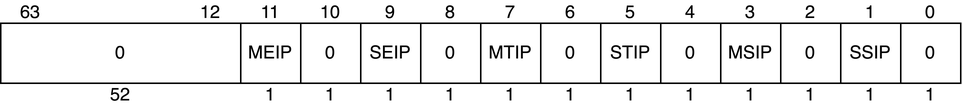
Above: basic/images/21-impl-interrupt/mip.png in nananapo/veryl-riscv-book (draw.io), before the change. Source tidied: cells renumbered, new cells last; positions are measured from the earlier drawing's top-left corner, leaving out a move shared by most shapes.
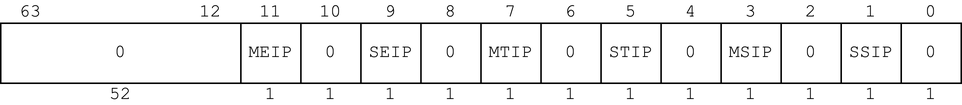
After the commit.

Change to the diagram source:
```diff
@@ -2,199 +2,199 @@
   <root>
     <mxCell id="0" />
     <mxCell id="1" parent="0" />
-    <mxCell id="2" style="rounded=0;whiteSpace=wrap;html=1;" parent="1" vertex="1">
+    <mxCell id="2" style="rounded=0;whiteSpace=wrap;html=1;fontFamily=Courier New;" parent="1" vertex="1">
       <mxGeometry y="15" width="640" height="40" as="geometry" />
     </mxCell>
-    <mxCell id="3" value="0" style="text;html=1;align=center;verticalAlign=middle;whiteSpace=wrap;rounded=0;" parent="1" vertex="1">
+    <mxCell id="3" value="0" style="text;html=1;align=center;verticalAlign=middle;whiteSpace=wrap;rounded=0;fontFamily=Courier New;" parent="1" vertex="1">
       <mxGeometry x="610" width="20" height="15" as="geometry" />
     </mxCell>
-    <mxCell id="4" value="63" style="text;html=1;align=center;verticalAlign=middle;whiteSpace=wrap;rounded=0;" parent="1" vertex="1">
+    <mxCell id="4" value="63" style="text;html=1;align=center;verticalAlign=middle;whiteSpace=wrap;rounded=0;fontFamily=Courier New;" parent="1" vertex="1">
       <mxGeometry x="10" width="20" height="15" as="geometry" />
     </mxCell>
-    <mxCell id="5" value="52" style="text;html=1;align=center;verticalAlign=middle;whiteSpace=wrap;rounded=0;" parent="1" vertex="1">
+    <mxCell id="5" value="52" style="text;html=1;align=center;verticalAlign=middle;whiteSpace=wrap;rounded=0;fontFamily=Courier New;" parent="1" vertex="1">
       <mxGeometry x="70" y="55" width="20" height="15" as="geometry" />
     </mxCell>
-    <mxCell id="6" style="endArrow=none;html=1;rounded=0;" parent="1" edge="1">
+    <mxCell id="6" style="endArrow=none;html=1;rounded=0;fontFamily=Courier New;" parent="1" edge="1">
       <mxGeometry relative="1" as="geometry">
         <mxPoint x="600" y="55" as="sourcePoint" />
         <mxPoint x="600" y="15" as="targetPoint" />
       </mxGeometry>
     </mxCell>
-    <mxCell id="7" style="endArrow=none;html=1;rounded=0;" parent="1" edge="1">
+    <mxCell id="7" style="endArrow=none;html=1;rounded=0;fontFamily=Courier New;" parent="1" edge="1">
       <mxGeometry relative="1" as="geometry">
         <mxPoint x="560" y="55" as="sourcePoint" />
         <mxPoint x="560" y="15" as="targetPoint" />
       </mxGeometry>
     </mxCell>
-    <mxCell id="8" style="endArrow=none;html=1;rounded=0;" parent="1" edge="1">
+    <mxCell id="8" style="endArrow=none;html=1;rounded=0;fontFamily=Courier New;" parent="1" edge="1">
       <mxGeometry relative="1" as="geometry">
         <mxPoint x="520" y="55" as="sourcePoint" />
         <mxPoint x="520" y="15" as="targetPoint" />
       </mxGeometry>
     </mxCell>
-    <mxCell id="9" style="endArrow=none;html=1;rounded=0;" parent="1" edge="1">
+    <mxCell id="9" style="endArrow=none;html=1;rounded=0;fontFamily=Courier New;" parent="1" edge="1">
       <mxGeometry relative="1" as="geometry">
         <mxPoint x="480" y="55" as="sourcePoint" />
         <mxPoint x="480" y="15" as="targetPoint" />
       </mxGeometry>
     </mxCell>
-    <mxCell id="10" style="endArrow=none;html=1;rounded=0;" parent="1" edge="1">
+    <mxCell id="10" style="endArrow=none;html=1;rounded=0;fontFamily=Courier New;" parent="1" edge="1">
       <mxGeometry relative="1" as="geometry">
         <mxPoint x="440" y="55" as="sourcePoint" />
         <mxPoint x="440" y="15" as="targetPoint" />
       </mxGeometry>
     </mxCell>
-    <mxCell id="11" style="endArrow=none;html=1;rounded=0;" parent="1" edge="1">
+    <mxCell id="11" style="endArrow=none;html=1;rounded=0;fontFamily=Courier New;" parent="1" edge="1">
       <mxGeometry relative="1" as="geometry">
         <mxPoint x="400" y="55" as="sourcePoint" />
         <mxPoint x="400" y="15" as="targetPoint" />
       </mxGeometry>
     </mxCell>
-    <mxCell id="12" style="endArrow=none;html=1;rounded=0;" parent="1" edge="1">
+    <mxCell id="12" style="endArrow=none;html=1;rounded=0;fontFamily=Courier New;" parent="1" edge="1">
       <mxGeometry relative="1" as="geometry">
         <mxPoint x="360" y="55" as="sourcePoint" />
         <mxPoint x="360" y="15" as="targetPoint" />
       </mxGeometry>
     </mxCell>
-    <mxCell id="13" style="endArrow=none;html=1;rounded=0;" parent="1" edge="1">
+    <mxCell id="13" style="endArrow=none;html=1;rounded=0;fontFamily=Courier New;" parent="1" edge="1">
       <mxGeometry relative="1" as="geometry">
         <mxPoint x="320" y="55" as="sourcePoint" />
         <mxPoint x="320" y="15" as="targetPoint" />
       </mxGeometry>
     </mxCell>
-    <mxCell id="14" style="endArrow=none;html=1;rounded=0;" parent="1" edge="1">
+    <mxCell id="14" style="endArrow=none;html=1;rounded=0;fontFamily=Courier New;" parent="1" edge="1">
       <mxGeometry relative="1" as="geometry">
         <mxPoint x="280" y="55" as="sourcePoint" />
         <mxPoint x="280" y="15" as="targetPoint" />
       </mxGeometry>
     </mxCell>
-    <mxCell id="15" style="endArrow=none;html=1;rounded=0;" parent="1" edge="1">
+    <mxCell id="15" style="endArrow=none;html=1;rounded=0;fontFamily=Courier New;" parent="1" edge="1">
       <mxGeometry relative="1" as="geometry">
         <mxPoint x="240" y="55" as="sourcePoint" />
         <mxPoint x="240" y="15" as="targetPoint" />
       </mxGeometry>
     </mxCell>
-    <mxCell id="16" style="endArrow=none;html=1;rounded=0;" parent="1" edge="1">
+    <mxCell id="16" style="endArrow=none;html=1;rounded=0;fontFamily=Courier New;" parent="1" edge="1">
       <mxGeometry relative="1" as="geometry">
         <mxPoint x="200" y="55" as="sourcePoint" />
         <mxPoint x="200" y="15" as="targetPoint" />
       </mxGeometry>
     </mxCell>
-    <mxCell id="17" style="endArrow=none;html=1;rounded=0;" parent="1" edge="1">
+    <mxCell id="17" style="endArrow=none;html=1;rounded=0;fontFamily=Courier New;" parent="1" edge="1">
       <mxGeometry relative="1" as="geometry">
         <mxPoint x="160" y="55" as="sourcePoint" />
         <mxPoint x="160" y="15" as="targetPoint" />
       </mxGeometry>
     </mxCell>
-    <mxCell id="18" value="1" style="text;html=1;align=center;verticalAlign=middle;whiteSpace=wrap;rounded=0;" parent="1" vertex="1">
+    <mxCell id="18" value="1" style="text;html=1;align=center;verticalAlign=middle;whiteSpace=wrap;rounded=0;fontFamily=Courier New;" parent="1" vertex="1">
       <mxGeometry x="570" width="20" height="15" as="geometry" />
     </mxCell>
-    <mxCell id="19" value="2" style="text;html=1;align=center;verticalAlign=middle;whiteSpace=wrap;rounded=0;" parent="1" vertex="1">
+    <mxCell id="19" value="2" style="text;html=1;align=center;verticalAlign=middle;whiteSpace=wrap;rounded=0;fontFamily=Courier New;" parent="1" vertex="1">
       <mxGeometry x="530" width="20" height="15" as="geometry" />
     </mxCell>
-    <mxCell id="20" value="3" style="text;html=1;align=center;verticalAlign=middle;whiteSpace=wrap;rounded=0;" parent="1" vertex="1">
+    <mxCell id="20" value="3" style="text;html=1;align=center;verticalAlign=middle;whiteSpace=wrap;rounded=0;fontFamily=Courier New;" parent="1" vertex="1">
       <mxGeometry x="490" width="20" height="15" as="geometry" />
     </mxCell>
-    <mxCell id="21" value="4" style="text;html=1;align=center;verticalAlign=middle;whiteSpace=wrap;rounded=0;" parent="1" vertex="1">
+    <mxCell id="21" value="4" style="text;html=1;align=center;verticalAlign=middle;whiteSpace=wrap;rounded=0;fontFamily=Courier New;" parent="1" vertex="1">
       <mxGeometry x="450" width="20" height="15" as="geometry" />
     </mxCell>
-    <mxCell id="22" value="5" style="text;html=1;align=center;verticalAlign=middle;whiteSpace=wrap;rounded=0;" parent="1" vertex="1">
+    <mxCell id="22" value="5" style="text;html=1;align=center;verticalAlign=middle;whiteSpace=wrap;rounded=0;fontFamily=Courier New;" parent="1" vertex="1">
       <mxGeometry x="410" width="20" height="15" as="geometry" />
     </mxCell>
-    <mxCell id="23" value="6" style="text;html=1;align=center;verticalAlign=middle;whiteSpace=wrap;rounded=0;" parent="1" vertex="1">
+    <mxCell id="23" value="6" style="text;html=1;align=center;verticalAlign=middle;whiteSpace=wrap;rounded=0;fontFamily=Courier New;" parent="1" vertex="1">
       <mxGeometry x="370" width="20" height="15" as="geometry" />
     </mxCell>
-    <mxCell id="24" value="7" style="text;html=1;align=center;verticalAlign=middle;whiteSpace=wrap;rounded=0;" parent="1" vertex="1">
+    <mxCell id="24" value="7" style="text;html=1;align=center;verticalAlign=middle;whiteSpace=wrap;rounded=0;fontFamily=Courier New;" parent="1" vertex="1">
       <mxGeometry x="330" width="20" height="15" as="geometry" />
     </mxCell>
-    <mxCell id="25" value="8" style="text;html=1;align=center;verticalAlign=middle;whiteSpace=wrap;rounded=0;" parent="1" vertex="1">
+    <mxCell id="25" value="8" style="text;html=1;align=center;verticalAlign=middle;whiteSpace=wrap;rounded=0;fontFamily=Courier New;" parent="1" vertex="1">
       <mxGeometry x="290" width="20" height="15" as="geometry" />
     </mxCell>
-    <mxCell id="26" value="9" style="text;html=1;align=center;verticalAlign=middle;whiteSpace=wrap;rounded=0;" parent="1" vertex="1">
+    <mxCell id="26" value="9" style="text;html=1;align=center;verticalAlign=middle;whiteSpace=wrap;rounded=0;fontFamily=Courier New;" parent="1" vertex="1">
       <mxGeometry x="250" width="20" height="15" as="geometry" />
     </mxCell>
-    <mxCell id="27" value="10" style="text;html=1;align=center;verticalAlign=middle;whiteSpace=wrap;rounded=0;" parent="1" vertex="1">
+    <mxCell id="27" value="10" style="text;html=1;align=center;verticalAlign=middle;whiteSpace=wrap;rounded=0;fontFamily=Courier New;" parent="1" vertex="1">
       <mxGeometry x="210" width="20" height="15" as="geometry" />
     </mxCell>
-    <mxCell id="28" value="11" style="text;html=1;align=center;verticalAlign=middle;whiteSpace=wrap;rounded=0;" parent="1" vertex="1">
+    <mxCell id="28" value="11" style="text;html=1;align=center;verticalAlign=middle;whiteSpace=wrap;rounded=0;fontFamily=Courier New;" parent="1" vertex="1">
       <mxGeometry x="170" width="20" height="15" as="geometry" />
     </mxCell>
-    <mxCell id="29" value="1" style="text;html=1;align=center;verticalAlign=middle;whiteSpace=wrap;rounded=0;" parent="1" vertex="1">
+    <mxCell id="29" value="1" style="text;html=1;align=center;verticalAlign=middle;whiteSpace=wrap;rounded=0;fontFamily=Courier New;" parent="1" vertex="1">
       <mxGeometry x="610" y="55" width="20" height="15" as="geometry" />
     </mxCell>
-    <mxCell id="30" value="1" style="text;html=1;align=center;verticalAlign=middle;whiteSpace=wrap;rounded=0;" parent="1" vertex="1">
+    <mxCell id="30" value="1" style="text;html=1;align=center;verticalAlign=middle;whiteSpace=wrap;rounded=0;fontFamily=Courier New;" parent="1" vertex="1">
       <mxGeometry x="570" y="55" width="20" height="15" as="geometry" />
     </mxCell>
-    <mxCell id="31" value="1" style="text;html=1;align=center;verticalAlign=middle;whiteSpace=wrap;rounded=0;" parent="1" vertex="1">
+    <mxCell id="31" value="1" style="text;html=1;align=center;verticalAlign=middle;whiteSpace=wrap;rounded=0;fontFamily=Courier New;" parent="1" vertex="1">
       <mxGeometry x="530" y="55" width="20" height="15" as="geometry" />
     </mxCell>
-    <mxCell id="32" value="1" style="text;html=1;align=center;verticalAlign=middle;whiteSpace=wrap;rounded=0;" parent="1" vertex="1">
+    <mxCell id="32" value="1" style="text;html=1;align=center;verticalAlign=middle;whiteSpace=wrap;rounded=0;fontFamily=Courier New;" parent="1" vertex="1">
       <mxGeometry x="490" y="55" width="20" height="15" as="geometry" />
     </mxCell>
-    <mxCell id="33" value="1" style="text;html=1;align=center;verticalAlign=middle;whiteSpace=wrap;rounded=0;" parent="1" vertex="1">
+    <mxCell id="33" value="1" style="text;html=1;align=center;verticalAlign=middle;whiteSpace=wrap;rounded=0;fontFamily=Courier New;" parent="1" vertex="1">
       <mxGeometry x="450" y="55" width="20" height="15" as="geometry" />
     </mxCell>
-    <mxCell id="34" value="1" style="text;html=1;align=center;verticalAlign=middle;whiteSpace=wrap;rounded=0;" parent="1" vertex="1">
+    <mxCell id="34" value="1" style="text;html=1;align=center;verticalAlign=middle;whiteSpace=wrap;rounded=0;fontFamily=Courier New;" parent="1" vertex="1">
       <mxGeometry x="410" y="55" width="20" height="15" as="geometry" />
     </mxCell>
-    <mxCell id="35" value="1" style="text;html=1;align=center;verticalAlign=middle;whiteSpace=wrap;rounded=0;" parent="1" vertex="1">
+    <mxCell id="35" value="1" style="text;html=1;align=center;verticalAlign=middle;whiteSpace=wrap;rounded=0;fontFamily=Courier New;" parent="1" vertex="1">
       <mxGeometry x="370" y="55" width="20" height="15" as="geometry" />
     </mxCell>
-    <mxCell id="36" value="1" style="text;html=1;align=center;verticalAlign=middle;whiteSpace=wrap;rounded=0;" parent="1" vertex="1">
+    <mxCell id="36" value="1" style="text;html=1;align=center;verticalAlign=middle;whiteSpace=wrap;rounded=0;fontFamily=Courier New;" parent="1" vertex="1">
       <mxGeometry x="330" y="55" width="20" height="15" as="geometry" />
     </mxCell>
-    <mxCell id="37" value="1" style="text;html=1;align=center;verticalAlign=middle;whiteSpace=wrap;rounded=0;" parent="1" vertex="1">
+    <mxCell id="37" value="1" style="text;html=1;align=center;verticalAlign=middle;whiteSpace=wrap;rounded=0;fontFamily=Courier New;" parent="1" vertex="1">
       <mxGeometry x="290" y="55" width="20" height="15" as="geometry" />
     </mxCell>
-    <mxCell id="38" value="1" style="text;html=1;align=center;verticalAlign=middle;whiteSpace=wrap;rounded=0;" parent="1" vertex="1">
+    <mxCell id="38" value="1" style="text;html=1;align=center;verticalAlign=middle;whiteSpace=wrap;rounded=0;fontFamily=Courier New;" parent="1" vertex="1">
       <mxGeometry x="250" y="55" width="20" height="15" as="geometry" />
     </mxCell>
-    <mxCell id="39" value="1" style="text;html=1;align=center;verticalAlign=middle;whiteSpace=wrap;rounded=0;" parent="1" vertex="1">
+    <mxCell id="39" value="1" style="text;html=1;align=center;verticalAlign=middle;whiteSpace=wrap;rounded=0;fontFamily=Courier New;" parent="1" vertex="1">
       <mxGeometry x="210" y="55" width="20" height="15" as="geometry" />
     </mxCell>
-    <mxCell id="40" value="1" style="text;html=1;align=center;verticalAlign=middle;whiteSpace=wrap;rounded=0;" parent="1" vertex="1">
+    <mxCell id="40" value="1" style="text;html=1;align=center;verticalAlign=middle;whiteSpace=wrap;rounded=0;fontFamily=Courier New;" parent="1" vertex="1">
       <mxGeometry x="170" y="55" width="20" height="15" as="geometry" />
     </mxCell>
-    <mxCell id="41" value="12" style="text;html=1;align=center;verticalAlign=middle;whiteSpace=wrap;rounded=0;" parent="1" vertex="1">
+    <mxCell id="41" value="12" style="text;html=1;align=center;verticalAlign=middle;whiteSpace=wrap;rounded=0;fontFamily=Courier New;" parent="1" vertex="1">
       <mxGeometry x="130" width="20" height="15" as="geometry" />
     </mxCell>
-    <mxCell id="42" value="0" style="text;html=1;align=center;verticalAlign=middle;whiteSpace=wrap;rounded=0;" parent="1" vertex="1">
+    <mxCell id="42" value="0" style="text;html=1;align=center;verticalAlign=middle;whiteSpace=wrap;rounded=0;fontFamily=Courier New;" parent="1" vertex="1">
       <mxGeometry x="70" y="27.5" width="20" height="15" as="geometry" />
     </mxCell>
-    <mxCell id="43" value="MEIP" style="text;html=1;align=center;verticalAlign=middle;whiteSpace=wrap;rounded=0;" parent="1" vertex="1">
+    <mxCell id="43" value="MEIP" style="text;html=1;align=center;verticalAlign=middle;whiteSpace=wrap;rounded=0;fontFamily=Courier New;" parent="1" vertex="1">
       <mxGeometry x="170" y="27.5" width="20" height="15" as="geometry" />
     </mxCell>
-    <mxCell id="44" value="0" style="text;html=1;align=center;verticalAlign=middle;whiteSpace=wrap;rounded=0;" parent="1" vertex="1">
+    <mxCell id="44" value="0" style="text;html=1;align=center;verticalAlign=middle;whiteSpace=wrap;rounded=0;fontFamily=Courier New;" parent="1" vertex="1">
       <mxGeometry x="210" y="27.5" width="20" height="15" as="geometry" />
     </mxCell>
-    <mxCell id="45" value="SEIP" style="text;html=1;align=center;verticalAlign=middle;whiteSpace=wrap;rounded=0;" parent="1" vertex="1">
+    <mxCell id="45" value="SEIP" style="text;html=1;align=center;verticalAlign=middle;whiteSpace=wrap;rounded=0;fontFamily=Courier New;" parent="1" vertex="1">
       <mxGeometry x="250" y="27.5" width="20" height="15" as="geometry" />
     </mxCell>
-    <mxCell id="46" value="0" style="text;html=1;align=center;verticalAlign=middle;whiteSpace=wrap;rounded=0;" parent="1" vertex="1">
+    <mxCell id="46" value="0" style="text;html=1;align=center;verticalAlign=middle;whiteSpace=wrap;rounded=0;fontFamily=Courier New;" parent="1" vertex="1">
       <mxGeometry x="290" y="27.5" width="20" height="15" as="geometry" />
     </mxCell>
-    <mxCell id="47" value="MTIP" style="text;html=1;align=center;verticalAlign=middle;whiteSpace=wrap;rounded=0;" parent="1" vertex="1">
+    <mxCell id="47" value="MTIP" style="text;html=1;align=center;verticalAlign=middle;whiteSpace=wrap;rounded=0;fontFamily=Courier New;" parent="1" vertex="1">
       <mxGeometry x="330" y="27.5" width="20" height="15" as="geometry" />
     </mxCell>
-    <mxCell id="48" value="0" style="text;html=1;align=center;verticalAlign=middle;whiteSpace=wrap;rounded=0;" parent="1" vertex="1">
+    <mxCell id="48" value="0" style="text;html=1;align=center;verticalAlign=middle;whiteSpace=wrap;rounded=0;fontFamily=Courier New;" parent="1" vertex="1">
       <mxGeometry x="370" y="27.5" width="20" height="15" as="geometry" />
     </mxCell>
-    <mxCell id="49" value="STIP" style="text;html=1;align=center;verticalAlign=middle;whiteSpace=wrap;rounded=0;" parent="1" vertex="1">
+    <mxCell id="49" value="STIP" style="text;html=1;align=center;verticalAlign=middle;whiteSpace=wrap;rounded=0;fontFamily=Courier New;" parent="1" vertex="1">
       <mxGeometry x="410" y="27.5" width="20" height="15" as="geometry" />
     </mxCell>
-    <mxCell id="50" value="0" style="text;html=1;align=center;verticalAlign=middle;whiteSpace=wrap;rounded=0;" parent="1" vertex="1">
+    <mxCell id="50" value="0" style="text;html=1;align=center;verticalAlign=middle;whiteSpace=wrap;rounded=0;fontFamily=Courier New;" parent="1" vertex="1">
       <mxGeometry x="450" y="27.5" width="20" height="15" as="geometry" />
     </mxCell>
-    <mxCell id="51" value="MSIP" style="text;html=1;align=center;verticalAlign=middle;whiteSpace=wrap;rounded=0;" parent="1" vertex="1">
+    <mxCell id="51" value="MSIP" style="text;html=1;align=center;verticalAlign=middle;whiteSpace=wrap;rounded=0;fontFamily=Courier New;" parent="1" vertex="1">
       <mxGeometry x="490" y="27.5" width="20" height="15" as="geometry" />
     </mxCell>
-    <mxCell id="52" value="0" style="text;html=1;align=center;verticalAlign=middle;whiteSpace=wrap;rounded=0;" parent="1" vertex="1">
+    <mxCell id="52" value="0" style="text;html=1;align=center;verticalAlign=middle;whiteSpace=wrap;rounded=0;fontFamily=Courier New;" parent="1" vertex="1">
       <mxGeometry x="530" y="27.5" width="20" height="15" as="geometry" />
     </mxCell>
-    <mxCell id="53" value="SSIP" style="text;html=1;align=center;verticalAlign=middle;whiteSpace=wrap;rounded=0;" parent="1" vertex="1">
+    <mxCell id="53" value="SSIP" style="text;html=1;align=center;verticalAlign=middle;whiteSpace=wrap;rounded=0;fontFamily=Courier New;" parent="1" vertex="1">
       <mxGeometry x="570" y="27.5" width="20" height="15" as="geometry" />
     </mxCell>
-    <mxCell id="54" value="0" style="text;html=1;align=center;verticalAlign=middle;whiteSpace=wrap;rounded=0;" parent="1" vertex="1">
+    <mxCell id="54" value="0" style="text;html=1;align=center;verticalAlign=middle;whiteSpace=wrap;rounded=0;fontFamily=Courier New;" parent="1" vertex="1">
       <mxGeometry x="610" y="27.5" width="20" height="15" as="geometry" />
     </mxCell>
   </root>
```
